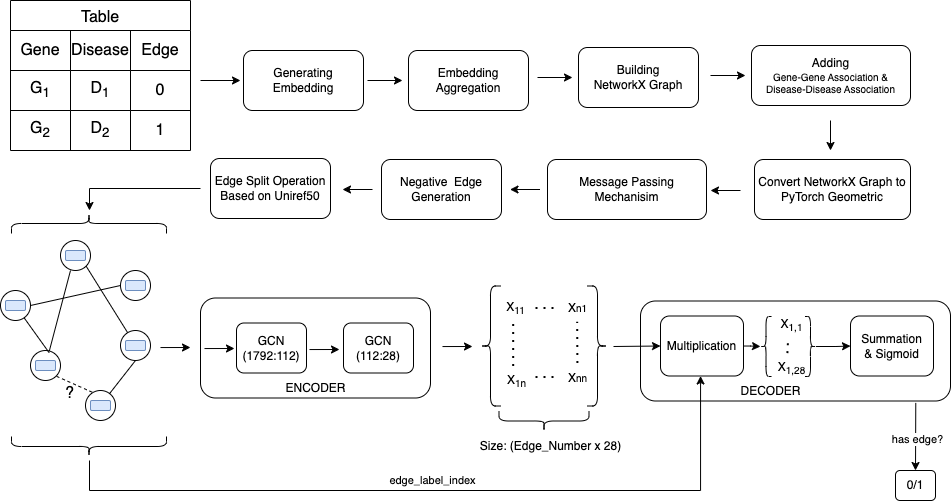
The draw.io diagram Main-Project/Run-Model/main-algorithm.png in bossman48/GLADIGATOR, before a commit. Source tidied: cells renumbered, new cells last; positions are measured from the earlier drawing's top-left corner, leaving out a move shared by most shapes.
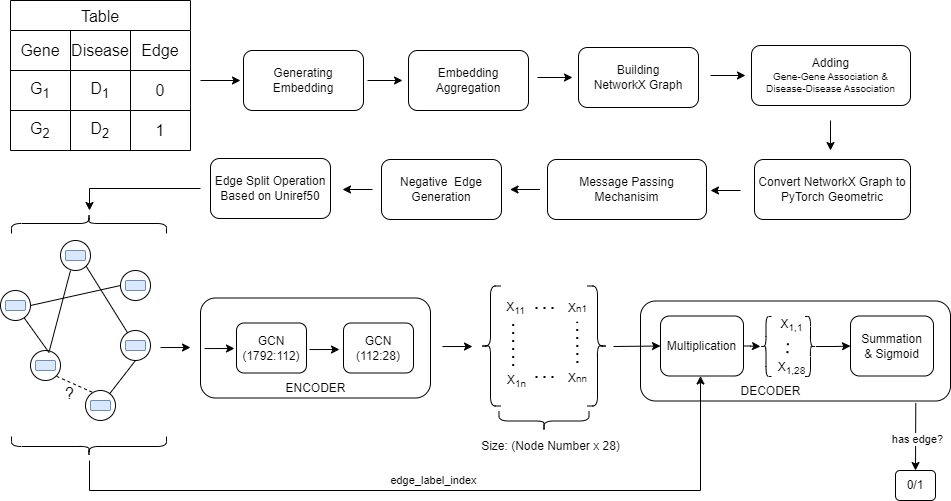
The same diagram one commit later.

Change to the diagram source:
```diff
@@ -311,7 +311,7 @@
     <mxCell id="84" style="shape=curlyBracket;whiteSpace=wrap;html=1;rounded=1;flipH=1;labelPosition=right;verticalLabelPosition=middle;align=left;verticalAlign=middle;rotation=90;" parent="1" vertex="1">
       <mxGeometry x="533.5" y="375.5" width="20" height="90" as="geometry" />
     </mxCell>
-    <mxCell id="85" value="Size: (Edge_Number x 28)" style="text;html=1;align=center;verticalAlign=middle;strokeColor=none;fillColor=none;" parent="1" vertex="1">
+    <mxCell id="85" value="Size: (Node Number x 28)" style="text;html=1;align=center;verticalAlign=middle;strokeColor=none;fillColor=none;" parent="1" vertex="1">
       <mxGeometry x="470" y="431" width="160" height="30" as="geometry" />
     </mxCell>
     <mxCell id="86" style="group;" parent="1" vertex="1">
```
